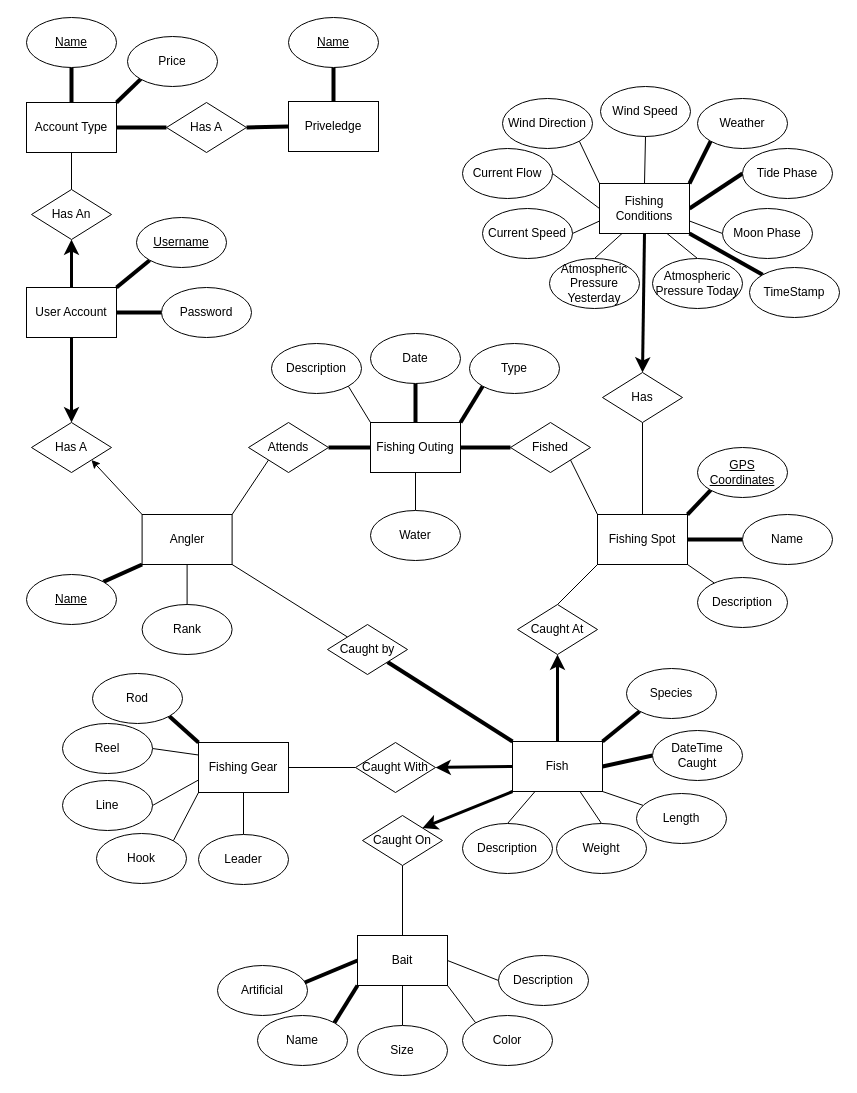
The draw.io diagram db/fishing.drawio in rjmcginness/FishingStories, before the edit. Source tidied: cells renumbered, new cells numbered last; positions are measured from the earlier drawing's top-left corner, leaving out a move shared by most shapes. Both pictures are drawn from the tidied source at 100%, with x=0, y=0 at pixel (26, 17).
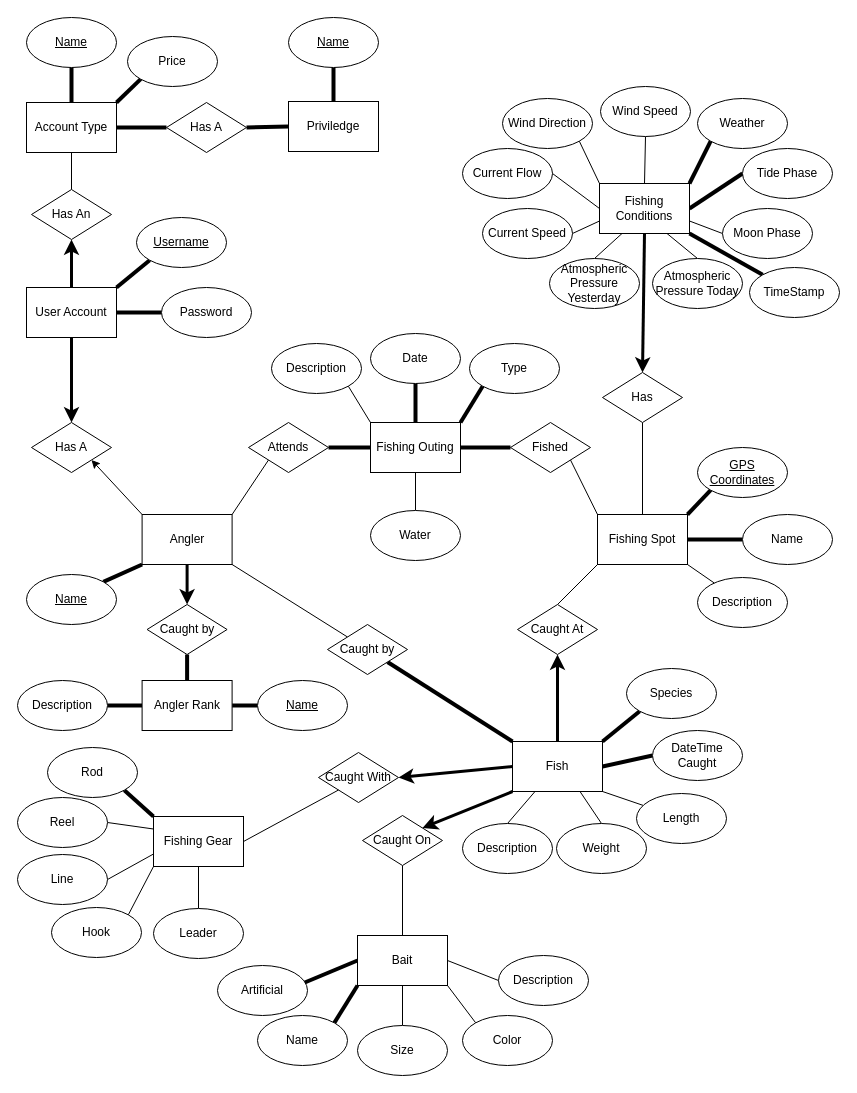
The same page after the edit.

The change refers to these unchanged cells:
```xml
<mxCell id="87" value="Angler" style="rounded=0;whiteSpace=wrap;html=1;" parent="1" vertex="1">
  <mxGeometry x="115.6" y="497" width="90" height="50" as="geometry" />
</mxCell>
```

The edit, as a diff of the source:
```diff
@@
     <mxCell id="58" value="Caught With" style="rhombus;whiteSpace=wrap;html=1;" parent="1" vertex="1">
-      <mxGeometry x="329" y="725" width="80" height="50" as="geometry" />
+      <mxGeometry x="292" y="735" width="80" height="50" as="geometry" />
     </mxCell>
@@
-    <mxCell id="60" style="edgeStyle=none;html=1;exitX=1;exitY=0.5;exitDx=0;exitDy=0;endArrow=none;endFill=0;strokeWidth=1;entryX=0;entryY=0.5;entryDx=0;entryDy=0;" parent="1" edge="1" source="65" target="58">
+    <mxCell id="60" style="edgeStyle=none;html=1;exitX=1;exitY=0.5;exitDx=0;exitDy=0;endArrow=none;endFill=0;strokeWidth=1;entryX=0;entryY=1;entryDx=0;entryDy=0;" parent="1" edge="1" source="65" target="58">
       <mxGeometry relative="1" as="geometry" />
     </mxCell>
@@
     <mxCell id="65" value="Fishing Gear" style="rounded=0;whiteSpace=wrap;html=1;" parent="1" vertex="1">
-      <mxGeometry x="172" y="725" width="90" height="50" as="geometry" />
+      <mxGeometry x="127" y="799" width="90" height="50" as="geometry" />
     </mxCell>
     <mxCell id="66" value="Rod" style="ellipse;whiteSpace=wrap;html=1;" parent="1" vertex="1">
-      <mxGeometry x="66" y="656" width="90" height="50" as="geometry" />
+      <mxGeometry x="21" y="730" width="90" height="50" as="geometry" />
     </mxCell>
     <mxCell id="67" value="Reel" style="ellipse;whiteSpace=wrap;html=1;" parent="1" vertex="1">
-      <mxGeometry x="36" y="706" width="90" height="50" as="geometry" />
+      <mxGeometry x="-9" y="780" width="90" height="50" as="geometry" />
     </mxCell>
@@
     <mxCell id="81" value="Line" style="ellipse;whiteSpace=wrap;html=1;" parent="1" vertex="1">
-      <mxGeometry x="36" y="763" width="90" height="50" as="geometry" />
+      <mxGeometry x="-9" y="837" width="90" height="50" as="geometry" />
     </mxCell>
     <mxCell id="82" value="Hook" style="ellipse;whiteSpace=wrap;html=1;" parent="1" vertex="1">
-      <mxGeometry x="70" y="816" width="90" height="50" as="geometry" />
+      <mxGeometry x="25" y="890" width="90" height="50" as="geometry" />
     </mxCell>
     <mxCell id="83" value="Leader" style="ellipse;whiteSpace=wrap;html=1;" parent="1" vertex="1">
-      <mxGeometry x="172" y="817" width="90" height="50" as="geometry" />
+      <mxGeometry x="127" y="891" width="90" height="50" as="geometry" />
     </mxCell>
@@
-    <mxCell id="93" style="edgeStyle=none;html=1;exitX=0.5;exitY=0;exitDx=0;exitDy=0;entryX=0.5;entryY=1;entryDx=0;entryDy=0;endArrow=none;endFill=0;strokeWidth=1;" parent="1" edge="1" source="94" target="87">
+    <mxCell id="93" style="edgeStyle=none;html=1;exitX=0.5;exitY=0;exitDx=0;exitDy=0;entryX=0.5;entryY=1;entryDx=0;entryDy=0;endArrow=none;endFill=0;strokeWidth=3;startArrow=classic;startFill=1;" parent="1" edge="1" source="124" target="87">
       <mxGeometry relative="1" as="geometry" />
     </mxCell>
-    <mxCell id="94" value="Rank" style="ellipse;whiteSpace=wrap;html=1;" parent="1" vertex="1">
-      <mxGeometry x="115.6" y="587" width="90" height="50" as="geometry" />
-    </mxCell>
@@
-    <mxCell id="111" value="Priveledge" style="rounded=0;whiteSpace=wrap;html=1;" parent="1" vertex="1">
+    <mxCell id="111" value="Priviledge" style="rounded=0;whiteSpace=wrap;html=1;" parent="1" vertex="1">
       <mxGeometry x="262" y="84" width="90" height="50" as="geometry" />
     </mxCell>
@@
+    <mxCell id="120" style="edgeStyle=none;html=1;exitX=1;exitY=0.5;exitDx=0;exitDy=0;entryX=0;entryY=0.5;entryDx=0;entryDy=0;startArrow=none;startFill=0;endArrow=none;endFill=0;strokeWidth=4;" parent="1" edge="1" source="122" target="125">
+      <mxGeometry relative="1" as="geometry" />
+    </mxCell>
+    <mxCell id="121" style="edgeStyle=none;html=1;exitX=0;exitY=0.5;exitDx=0;exitDy=0;entryX=1;entryY=0.5;entryDx=0;entryDy=0;startArrow=none;startFill=0;endArrow=none;endFill=0;strokeWidth=4;" parent="1" edge="1" source="122" target="126">
+      <mxGeometry relative="1" as="geometry" />
+    </mxCell>
+    <mxCell id="122" value="Angler Rank" style="rounded=0;whiteSpace=wrap;html=1;" parent="1" vertex="1">
+      <mxGeometry x="115.6" y="663" width="90" height="50" as="geometry" />
+    </mxCell>
+    <mxCell id="123" style="edgeStyle=none;html=1;exitX=0.5;exitY=1;exitDx=0;exitDy=0;entryX=0.5;entryY=0;entryDx=0;entryDy=0;startArrow=none;startFill=0;endArrow=none;endFill=0;strokeWidth=4;" parent="1" edge="1" source="124" target="122">
+      <mxGeometry relative="1" as="geometry" />
+    </mxCell>
+    <mxCell id="124" value="Caught by" style="rhombus;whiteSpace=wrap;html=1;" parent="1" vertex="1">
+      <mxGeometry x="120.6" y="587" width="80" height="50" as="geometry" />
+    </mxCell>
+    <mxCell id="125" value="&lt;u&gt;Name&lt;/u&gt;" style="ellipse;whiteSpace=wrap;html=1;" parent="1" vertex="1">
+      <mxGeometry x="231" y="663" width="90" height="50" as="geometry" />
+    </mxCell>
+    <mxCell id="126" value="Description" style="ellipse;whiteSpace=wrap;html=1;" parent="1" vertex="1">
+      <mxGeometry x="-9" y="663" width="90" height="50" as="geometry" />
+    </mxCell>
```
